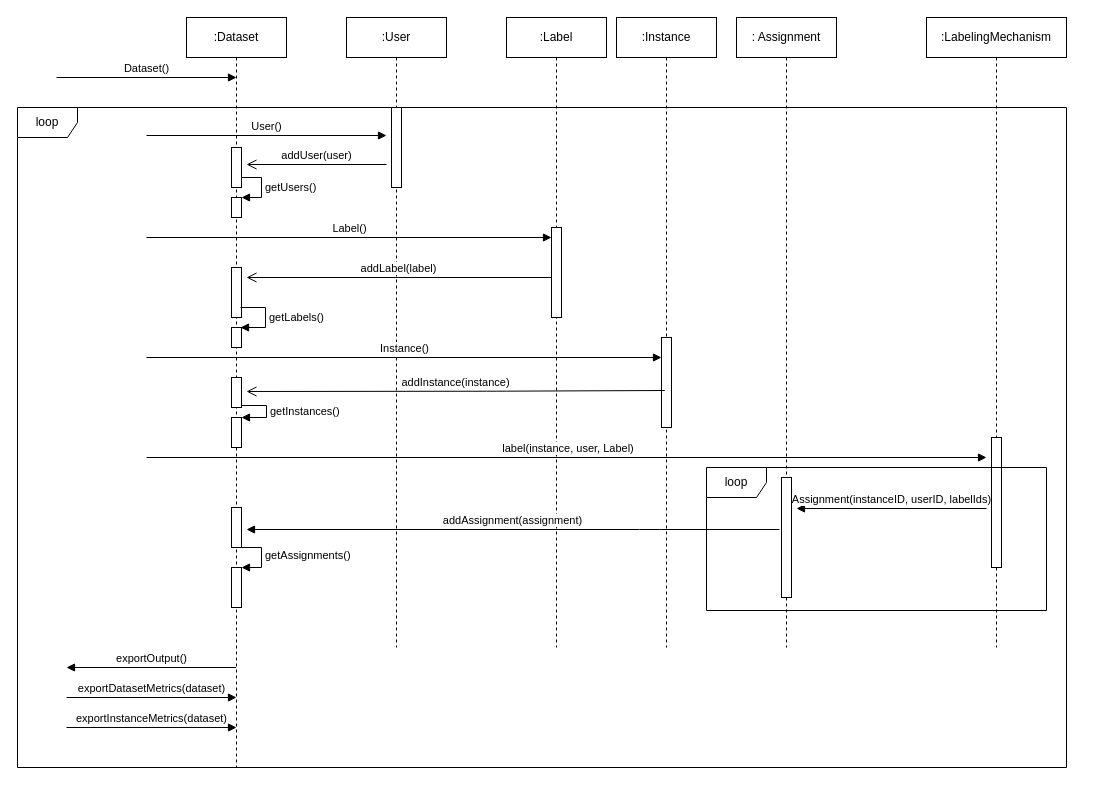
The draw.io diagram page "Page-1" (1 of 3) of iteration2/DSD.drawio in alperdokay/CSE3063F20P1_GRP20, before the edit. Source tidied: cells renumbered, new cells numbered last; positions are measured from the earlier drawing's top-left corner, leaving out a move shared by most shapes. Both pictures are drawn from the tidied source at 100%, with x=0, y=0 at pixel (17, 17).
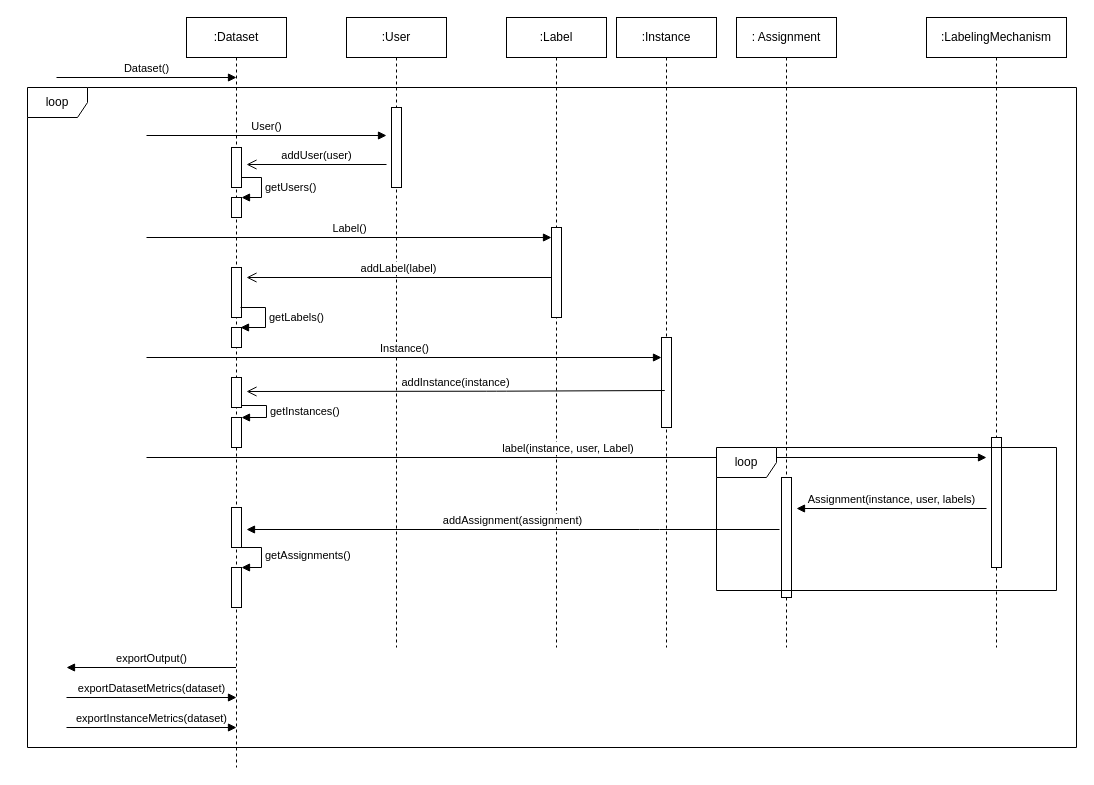
Above is the later version.

Diff of the diagram source:
```diff
@@
-    <mxCell id="33" value="Assignment(instanceID, userID, labelIds)" style="html=1;verticalAlign=bottom;endArrow=block;" parent="1" edge="1">
+    <mxCell id="33" value="Assignment(instance, user, labels)" style="html=1;verticalAlign=bottom;endArrow=block;" parent="1" edge="1">
       <mxGeometry relative="1" as="geometry">
         <mxPoint x="969" y="491" as="sourcePoint" />
         <mxPoint x="779" y="491" as="targetPoint" />
       </mxGeometry>
     </mxCell>
@@
     <mxCell id="35" value="loop" style="shape=umlFrame;whiteSpace=wrap;html=1;" parent="1" vertex="1">
-      <mxGeometry x="689" y="450" width="340" height="143" as="geometry" />
+      <mxGeometry x="699" y="430" width="340" height="143" as="geometry" />
     </mxCell>
     <mxCell id="36" value="loop" style="shape=umlFrame;whiteSpace=wrap;html=1;" parent="1" vertex="1">
-      <mxGeometry y="90" width="1049" height="660" as="geometry" />
+      <mxGeometry x="10" y="70" width="1049" height="660" as="geometry" />
     </mxCell>
```
